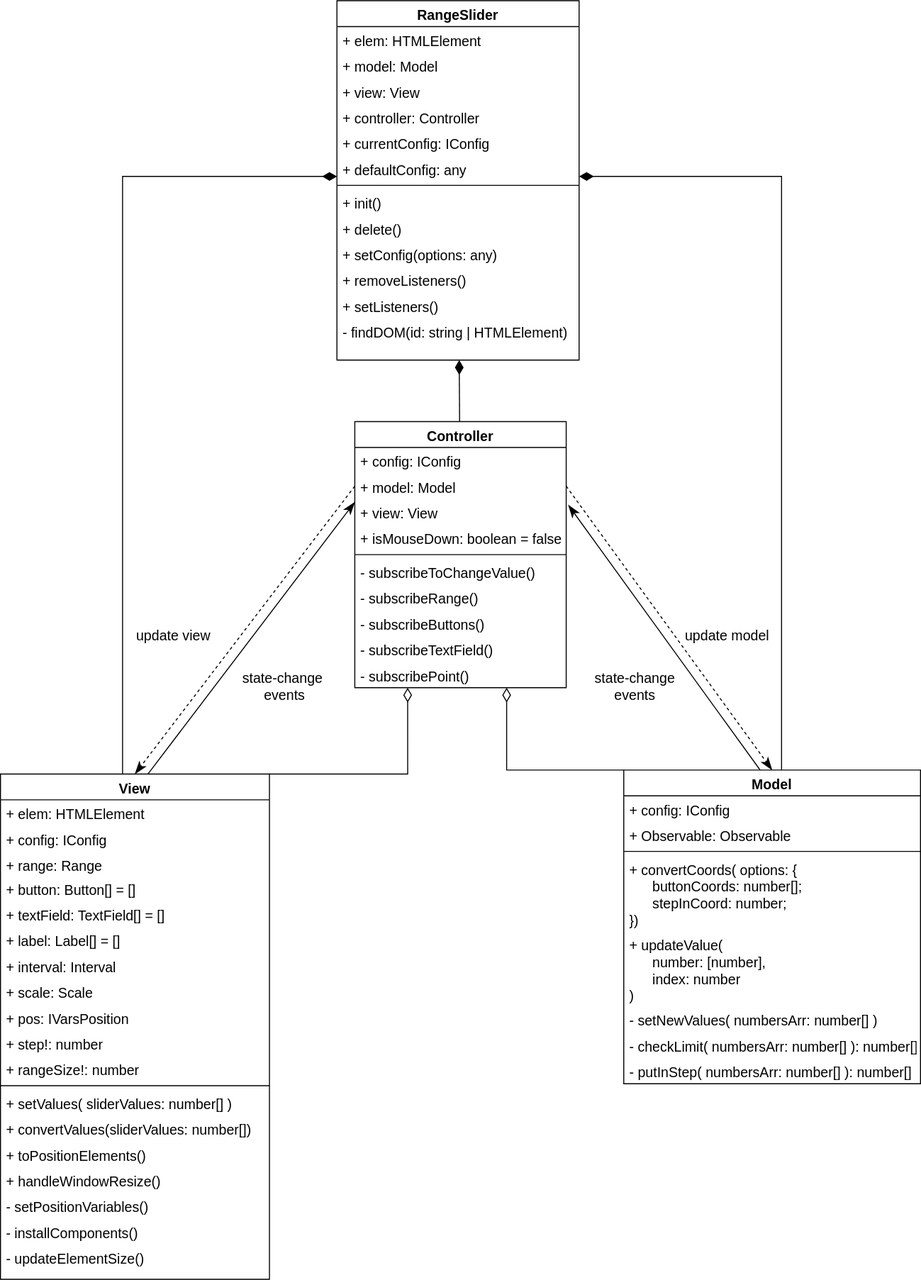
This is uml/slider.svg from Evgeny3101/plugin, a draw.io export, as it was before one commit. Source tidied: cells renumbered, new cells last; positions are measured from the earlier drawing's top-left corner, leaving out a move shared by most shapes.
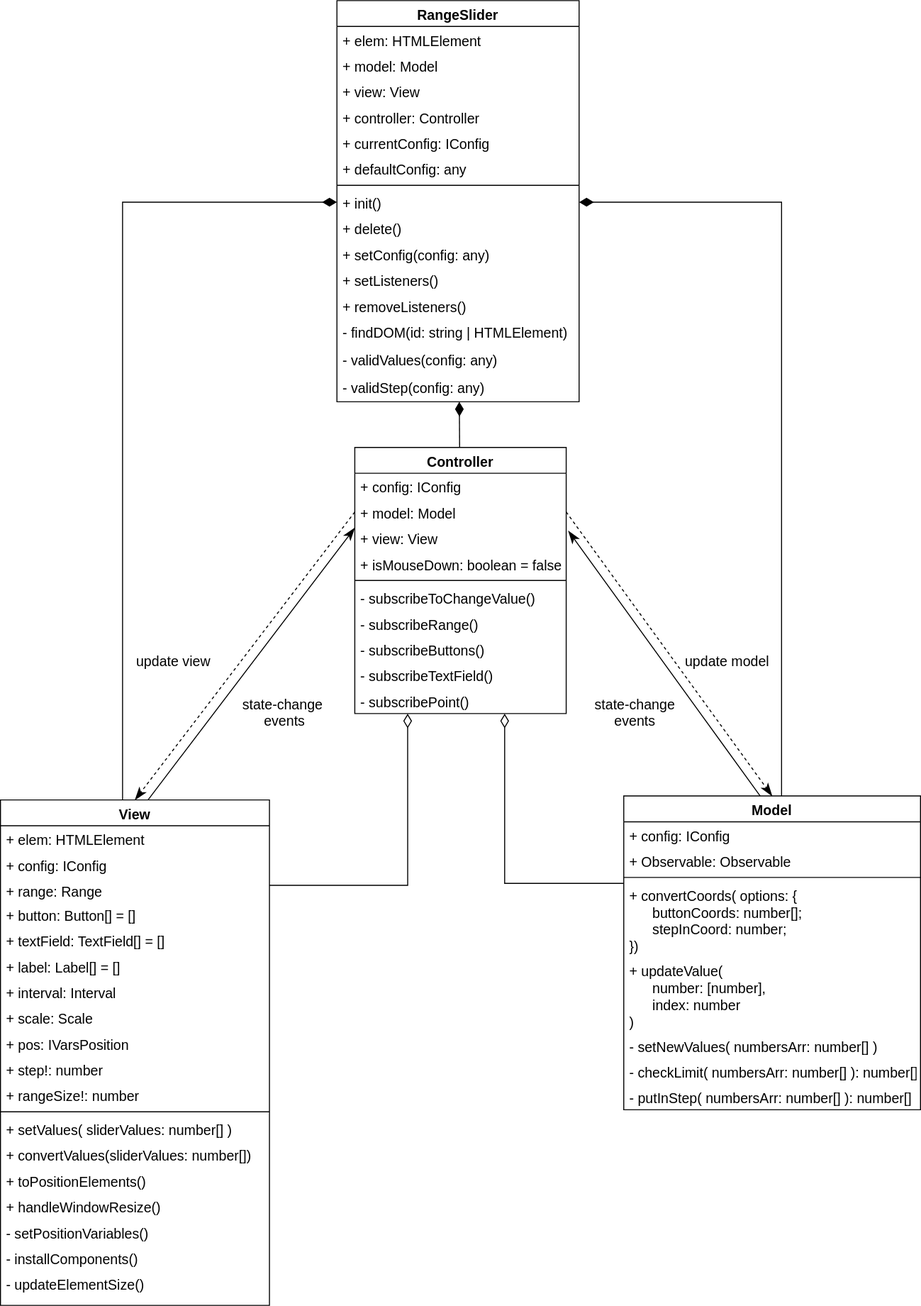
The same diagram one commit later.

The edit, as a diff of the source:
```diff
@@ -3,7 +3,7 @@
     <mxCell id="0" />
     <mxCell id="1" parent="0" />
     <mxCell id="2" value="RangeSlider&#10;" style="swimlane;fontStyle=1;align=center;verticalAlign=top;horizontal=1;startSize=26;rounded=0;shadow=0;strokeWidth=1;swimlaneFillColor=none;fontSize=14;" parent="1" vertex="1">
-      <mxGeometry x="339" width="244" height="362" as="geometry" />
+      <mxGeometry x="339" y="-26" width="244" height="404" as="geometry" />
     </mxCell>
     <mxCell id="3" value="+ elem: HTMLElement&#10;&#10;" style="text;align=left;verticalAlign=top;spacingLeft=4;spacingRight=4;overflow=hidden;imageHeight=24;fontSize=14;" parent="2" vertex="1">
       <mxGeometry y="26" width="244" height="26" as="geometry" />
@@ -32,18 +32,24 @@
     <mxCell id="11" value="+ delete()" style="text;align=left;verticalAlign=top;spacingLeft=4;spacingRight=4;overflow=hidden;fontSize=14;" parent="2" vertex="1">
       <mxGeometry y="216" width="244" height="26" as="geometry" />
     </mxCell>
-    <mxCell id="12" value="+ setConfig(options: any)" style="text;strokeColor=none;fillColor=none;align=left;verticalAlign=top;spacingLeft=4;spacingRight=4;overflow=hidden;rounded=1;glass=0;fontSize=14;" parent="2" vertex="1">
+    <mxCell id="12" value="+ setConfig(config: any)" style="text;strokeColor=none;fillColor=none;align=left;verticalAlign=top;spacingLeft=4;spacingRight=4;overflow=hidden;rounded=1;glass=0;fontSize=14;" parent="2" vertex="1">
       <mxGeometry y="242" width="244" height="26" as="geometry" />
     </mxCell>
+    <mxCell id="14" value="+ setListeners()" style="text;strokeColor=none;fillColor=none;align=left;verticalAlign=top;spacingLeft=4;spacingRight=4;overflow=hidden;rounded=1;glass=0;startSize=26;fontSize=14;" parent="2" vertex="1">
+      <mxGeometry y="268" width="244" height="26" as="geometry" />
+    </mxCell>
     <mxCell id="13" value="+ removeListeners()" style="text;strokeColor=none;fillColor=none;align=left;verticalAlign=top;spacingLeft=4;spacingRight=4;overflow=hidden;rounded=1;glass=0;startSize=26;fontSize=14;" parent="2" vertex="1">
-      <mxGeometry y="268" width="244" height="26" as="geometry" />
+      <mxGeometry y="294" width="244" height="26" as="geometry" />
     </mxCell>
-    <mxCell id="14" value="+ setListeners()" style="text;strokeColor=none;fillColor=none;align=left;verticalAlign=top;spacingLeft=4;spacingRight=4;overflow=hidden;rounded=1;glass=0;startSize=26;fontSize=14;" parent="2" vertex="1">
-      <mxGeometry y="294" width="244" height="26" as="geometry" />
-    </mxCell>
     <mxCell id="15" value="- findDOM(id: string | HTMLElement)" style="text;align=left;verticalAlign=top;spacingLeft=4;spacingRight=4;overflow=hidden;fontSize=14;" parent="2" vertex="1">
       <mxGeometry y="320" width="244" height="28" as="geometry" />
     </mxCell>
+    <mxCell id="71" value="- validValues(config: any)" style="text;align=left;verticalAlign=top;spacingLeft=4;spacingRight=4;overflow=hidden;fontSize=14;" parent="2" vertex="1">
+      <mxGeometry y="348" width="244" height="28" as="geometry" />
+    </mxCell>
+    <mxCell id="72" value="- validStep(config: any)" style="text;align=left;verticalAlign=top;spacingLeft=4;spacingRight=4;overflow=hidden;fontSize=14;" parent="2" vertex="1">
+      <mxGeometry y="376" width="244" height="28" as="geometry" />
+    </mxCell>
     <mxCell id="16" value="update view" style="text;html=1;align=center;verticalAlign=middle;fontSize=14;" parent="1" vertex="1">
       <mxGeometry x="131" y="629" width="85" height="21" as="geometry" />
     </mxCell>
@@ -65,7 +71,7 @@
     <mxCell id="22" style="rounded=0;sketch=0;jumpSize=4;jettySize=auto;html=1;startArrow=diamondThin;startFill=0;startSize=12;endArrow=none;endFill=0;endSize=8;strokeWidth=1;edgeStyle=orthogonalEdgeStyle;exitX=0.25;exitY=1;exitDx=0;exitDy=0;fontSize=14;" parent="1" edge="1" source="58" target="27">
       <mxGeometry relative="1" as="geometry">
         <Array as="points">
-          <mxPoint x="410" y="779" />
+          <mxPoint x="410" y="865" />
         </Array>
       </mxGeometry>
     </mxCell>
@@ -78,7 +84,7 @@
     <mxCell id="25" style="edgeStyle=orthogonalEdgeStyle;rounded=0;jettySize=auto;html=1;endArrow=diamondThin;endFill=0;startSize=12;endSize=12;fontSize=14;startArrow=none;startFill=0;" parent="1" edge="1" source="47" target="58">
       <mxGeometry relative="1" as="geometry">
         <Array as="points">
-          <mxPoint x="510" y="775" />
+          <mxPoint x="508" y="863" />
         </Array>
       </mxGeometry>
     </mxCell>
```
